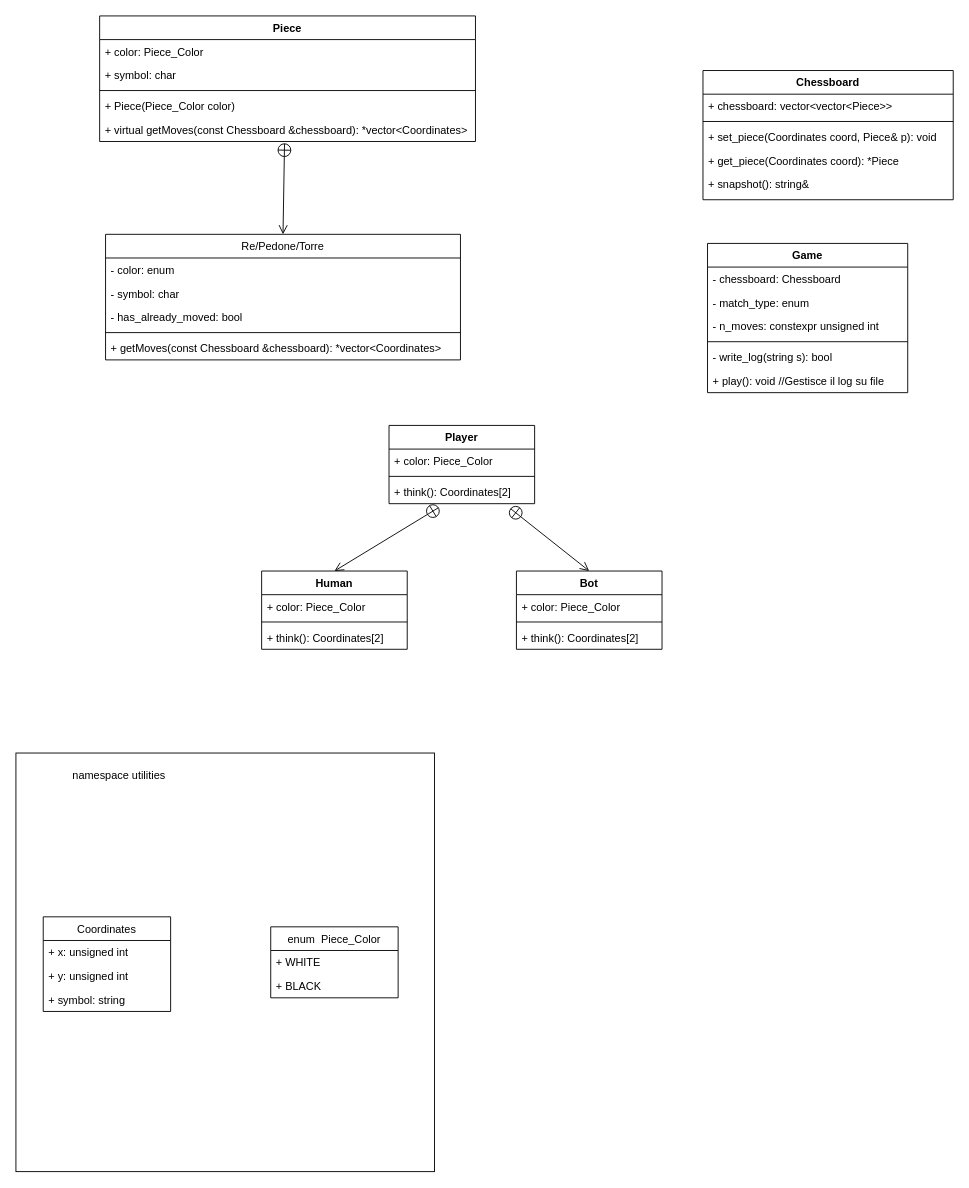
Before: MISC/Untitled Diagram.drawio in OrnitorincoPazzoSgravato/LdP-Scacchiera, a draw.io diagram. Source tidied: cells renumbered, new cells numbered last; positions are measured from the earlier drawing's top-left corner, leaving out a move shared by most shapes. Both pictures are drawn from the tidied source at 91%, with x=0, y=0 at pixel (15, 15).
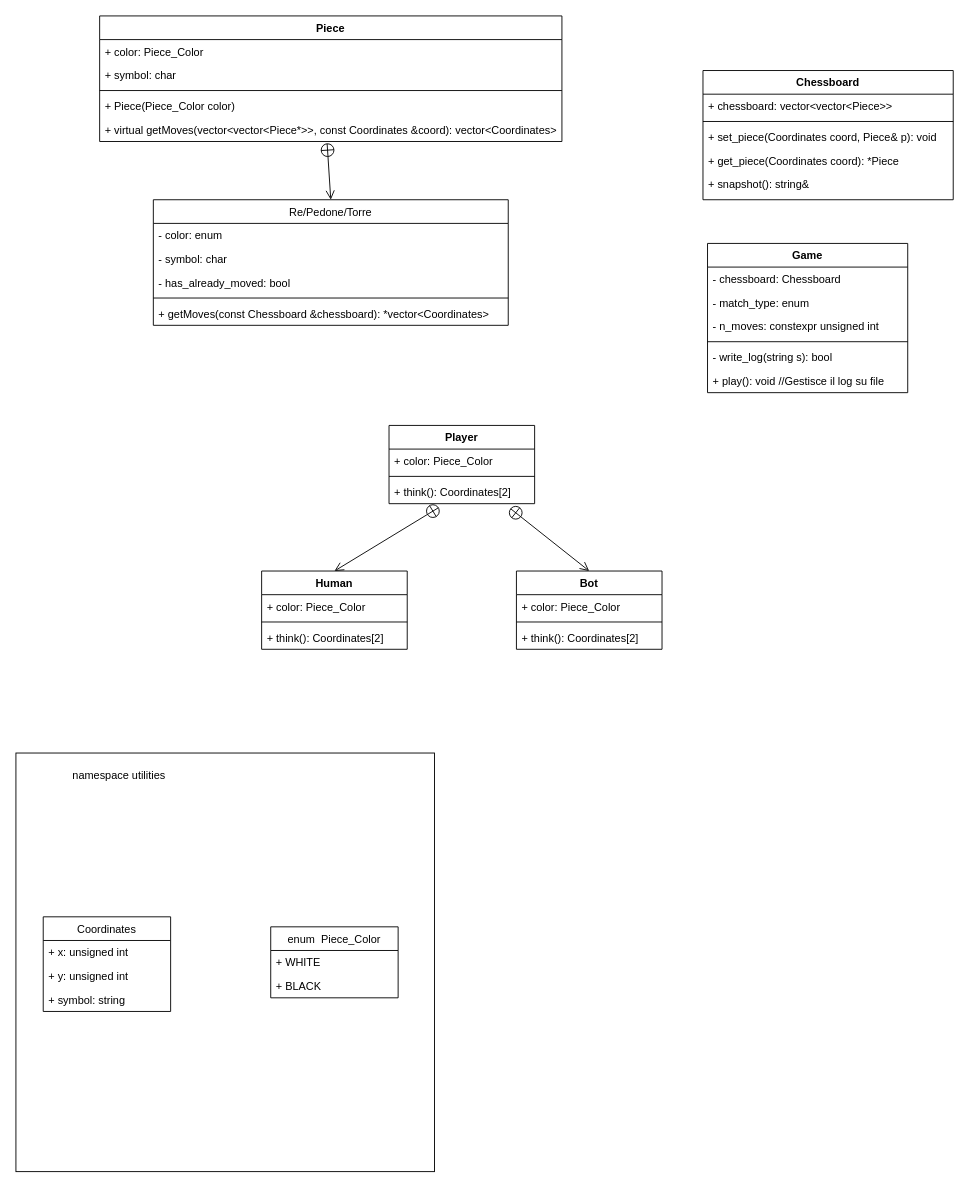
Above is the later version.

Commit message (it also covers changes not shown here):
Modify getMoves of pieces to Coordinates object

Change to the diagram source:
```diff
@@
     <mxCell id="3" value="Piece" style="swimlane;fontStyle=1;align=center;verticalAlign=top;horizontal=1;startSize=26;" parent="1" vertex="1">
-      <mxGeometry x="92" width="413" height="138" as="geometry" />
+      <mxGeometry x="92" width="508" height="138" as="geometry" />
     </mxCell>
     <mxCell id="4" value="+ color: Piece_Color" style="text;strokeColor=none;fillColor=none;align=left;verticalAlign=top;spacingLeft=4;spacingRight=4;overflow=hidden;" parent="3" vertex="1">
-      <mxGeometry y="26" width="413" height="26" as="geometry" />
+      <mxGeometry y="26" width="508" height="26" as="geometry" />
     </mxCell>
     <mxCell id="5" value="+ symbol: char" style="text;strokeColor=none;fillColor=none;align=left;verticalAlign=top;spacingLeft=4;spacingRight=4;overflow=hidden;" parent="3" vertex="1">
-      <mxGeometry y="52" width="413" height="26" as="geometry" />
+      <mxGeometry y="52" width="508" height="26" as="geometry" />
     </mxCell>
     <mxCell id="6" style="line;strokeWidth=1;fillColor=none;align=left;verticalAlign=middle;spacingTop=-1;spacingLeft=3;spacingRight=3;labelPosition=right;" parent="3" vertex="1">
-      <mxGeometry y="78" width="413" height="8" as="geometry" />
+      <mxGeometry y="78" width="508" height="8" as="geometry" />
     </mxCell>
     <mxCell id="7" value="+ Piece(Piece_Color color)" style="text;strokeColor=none;fillColor=none;align=left;verticalAlign=top;spacingLeft=4;spacingRight=4;overflow=hidden;" parent="3" vertex="1">
-      <mxGeometry y="86" width="413" height="26" as="geometry" />
+      <mxGeometry y="86" width="508" height="26" as="geometry" />
     </mxCell>
-    <mxCell id="8" value="+ virtual getMoves(const Chessboard &amp;chessboard): *vector&lt;Coordinates&gt;" style="text;strokeColor=none;fillColor=none;align=left;verticalAlign=top;spacingLeft=4;spacingRight=4;overflow=hidden;points=[[0,0.5],[1,0.5]];portConstraint=eastwest;" parent="3" vertex="1">
-      <mxGeometry y="112" width="413" height="26" as="geometry" />
+    <mxCell id="8" value="+ virtual getMoves(vector&lt;vector&lt;Piece*&gt;&gt;, const Coordinates &amp;coord): vector&lt;Coordinates&gt;" style="text;strokeColor=none;fillColor=none;align=left;verticalAlign=top;spacingLeft=4;spacingRight=4;overflow=hidden;points=[[0,0.5],[1,0.5]];portConstraint=eastwest;" parent="3" vertex="1">
+      <mxGeometry y="112" width="508" height="26" as="geometry" />
     </mxCell>
     <mxCell id="9" value="Re/Pedone/Torre" style="swimlane;fontStyle=0;horizontal=1;startSize=26;fillColor=none;" parent="1" vertex="1">
-      <mxGeometry x="98.5" y="240" width="390" height="138" as="geometry" />
+      <mxGeometry x="151" y="202" width="390" height="138" as="geometry" />
     </mxCell>
```
